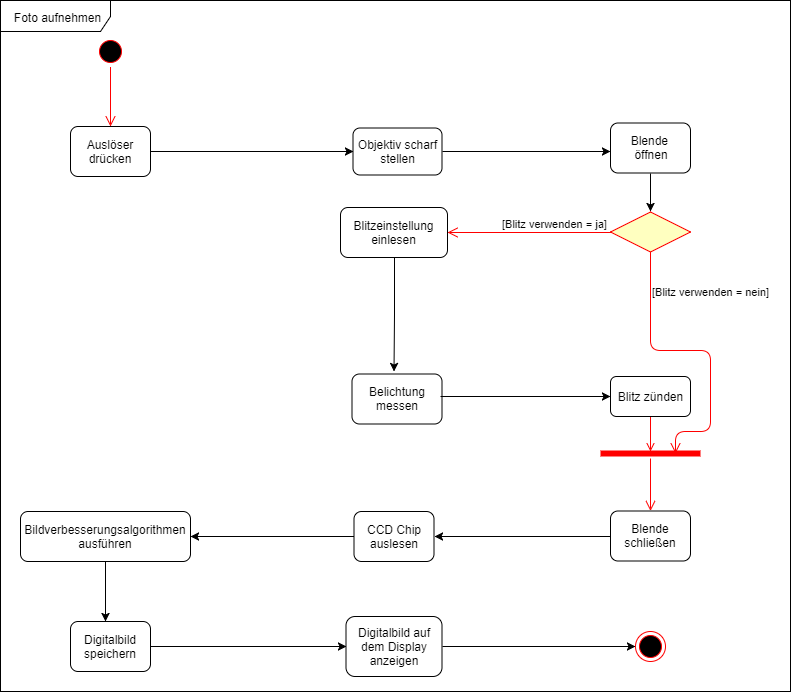
This is UML/2_Übungsblatt_4_Aufgabe.png from sweIhm-ws2018-19/skillproject-fr_13, a draw.io export, as it was before one commit. Source tidied: cells renumbered, new cells last; positions are measured from the earlier drawing's top-left corner, leaving out a move shared by most shapes. Source of this version:
```xml
<mxGraphModel background="#ffffff">
  <root>
    <mxCell id="0" />
    <mxCell id="1" parent="0" />
    <mxCell id="2" value="&lt;div&gt;Auslöser drücken&lt;/div&gt;" style="shape=ext;rounded=1;html=1;whiteSpace=wrap;" parent="1" vertex="1">
      <mxGeometry x="70" y="126" width="80" height="50" as="geometry" />
    </mxCell>
    <mxCell id="3" style="edgeStyle=orthogonalEdgeStyle;rounded=0;html=1;exitX=1;exitY=0.5;jettySize=auto;" parent="1" edge="1" source="4">
      <mxGeometry relative="1" as="geometry">
        <mxPoint x="610" y="151" as="targetPoint" />
      </mxGeometry>
    </mxCell>
    <mxCell id="4" value="Objektiv scharf stellen" style="shape=ext;rounded=1;html=1;whiteSpace=wrap;" parent="1" vertex="1">
      <mxGeometry x="352.5" y="127.5" width="89" height="47" as="geometry" />
    </mxCell>
    <mxCell id="5" style="ellipse;html=1;shape=endState;fillColor=#000000;strokeColor=#ff0000;" parent="1" vertex="1">
      <mxGeometry x="635" y="630.5" width="30" height="30" as="geometry" />
    </mxCell>
    <mxCell id="6" style="endArrow=classic;html=1;entryX=0;entryY=0.5;exitX=1;exitY=0.5;" parent="1" edge="1" source="2" target="4">
      <mxGeometry relative="1" as="geometry" />
    </mxCell>
    <mxCell id="7" style="edgeStyle=orthogonalEdgeStyle;rounded=0;html=1;exitX=0.5;exitY=1;jettySize=auto;" parent="1" edge="1" source="8">
      <mxGeometry relative="1" as="geometry">
        <mxPoint x="650" y="210.5" as="targetPoint" />
      </mxGeometry>
    </mxCell>
    <mxCell id="8" value="&lt;div&gt;Blende &lt;br&gt;&lt;/div&gt;&lt;div&gt;öffnen&lt;/div&gt;" style="shape=ext;rounded=1;html=1;whiteSpace=wrap;" parent="1" vertex="1">
      <mxGeometry x="610" y="122.5" width="80" height="50" as="geometry" />
    </mxCell>
    <mxCell id="9" style="edgeStyle=orthogonalEdgeStyle;rounded=0;html=1;exitX=0;exitY=0.5;entryX=1;entryY=0.5;jettySize=auto;" parent="1" edge="1" source="10" target="12">
      <mxGeometry relative="1" as="geometry" />
    </mxCell>
    <mxCell id="10" value="&lt;div&gt;Blende schließen&lt;br&gt;&lt;/div&gt;" style="shape=ext;rounded=1;html=1;whiteSpace=wrap;" parent="1" vertex="1">
      <mxGeometry x="610" y="510.5" width="80" height="50" as="geometry" />
    </mxCell>
    <mxCell id="11" style="edgeStyle=orthogonalEdgeStyle;rounded=0;html=1;exitX=0;exitY=0.5;entryX=1;entryY=0.5;jettySize=auto;" parent="1" edge="1" source="12" target="14">
      <mxGeometry relative="1" as="geometry" />
    </mxCell>
    <mxCell id="12" value="CCD Chip auslesen" style="shape=ext;rounded=1;html=1;whiteSpace=wrap;" parent="1" vertex="1">
      <mxGeometry x="353.5" y="511" width="80" height="50" as="geometry" />
    </mxCell>
    <mxCell id="13" style="edgeStyle=orthogonalEdgeStyle;rounded=0;html=1;exitX=0.5;exitY=1;jettySize=auto;" parent="1" edge="1" source="14">
      <mxGeometry relative="1" as="geometry">
        <mxPoint x="105" y="621" as="targetPoint" />
      </mxGeometry>
    </mxCell>
    <mxCell id="14" value="&lt;div&gt;Bildverbesserungsalgorithmen ausführen&lt;/div&gt;" style="shape=ext;rounded=1;html=1;whiteSpace=wrap;" parent="1" vertex="1">
      <mxGeometry x="20" y="511" width="170" height="50" as="geometry" />
    </mxCell>
    <mxCell id="15" style="edgeStyle=orthogonalEdgeStyle;rounded=0;html=1;exitX=1;exitY=0.5;entryX=0;entryY=0.5;jettySize=auto;" parent="1" edge="1" source="16" target="17">
      <mxGeometry relative="1" as="geometry" />
    </mxCell>
    <mxCell id="16" value="&lt;div&gt;Digitalbild speichern&lt;/div&gt;" style="shape=ext;rounded=1;html=1;whiteSpace=wrap;" parent="1" vertex="1">
      <mxGeometry x="70" y="621" width="80" height="50" as="geometry" />
    </mxCell>
    <mxCell id="17" value="&lt;div&gt;Digitalbild auf dem Display anzeigen&lt;/div&gt;" style="shape=ext;rounded=1;html=1;whiteSpace=wrap;" parent="1" vertex="1">
      <mxGeometry x="345.5" y="616" width="96" height="60" as="geometry" />
    </mxCell>
    <mxCell id="18" style="rhombus;whiteSpace=wrap;html=1;fillColor=#ffffc0;strokeColor=#ff0000;" parent="1" vertex="1">
      <mxGeometry x="610" y="211.5" width="80" height="40" as="geometry" />
    </mxCell>
    <mxCell id="19" value="[Blitz verwenden = nein]&lt;br&gt;" style="edgeStyle=orthogonalEdgeStyle;html=1;align=left;verticalAlign=bottom;endArrow=open;endSize=8;strokeColor=#ff0000;" parent="1" edge="1" source="18">
      <mxGeometry x="-0.69" relative="1" as="geometry">
        <mxPoint x="675" y="453" as="targetPoint" />
        <Array as="points">
          <mxPoint x="650" y="350" />
          <mxPoint x="710" y="350" />
          <mxPoint x="710" y="431" />
          <mxPoint x="675" y="431" />
        </Array>
        <mxPoint y="1" as="offset" />
      </mxGeometry>
    </mxCell>
    <mxCell id="20" value="[Blitz verwenden = ja]" style="edgeStyle=orthogonalEdgeStyle;html=1;align=left;verticalAlign=top;endArrow=open;endSize=8;strokeColor=#ff0000;entryX=1;entryY=0.5;" parent="1" edge="1" source="18" target="25">
      <mxGeometry x="0.35" y="-21" relative="1" as="geometry" />
    </mxCell>
    <mxCell id="21" style="ellipse;html=1;shape=startState;fillColor=#000000;strokeColor=#ff0000;" parent="1" vertex="1">
      <mxGeometry x="95" y="36" width="30" height="30" as="geometry" />
    </mxCell>
    <mxCell id="22" style="edgeStyle=orthogonalEdgeStyle;html=1;verticalAlign=bottom;endArrow=open;endSize=8;strokeColor=#ff0000;" parent="1" edge="1">
      <mxGeometry relative="1" as="geometry">
        <mxPoint x="110" y="66.5" as="sourcePoint" />
        <mxPoint x="110" y="126" as="targetPoint" />
      </mxGeometry>
    </mxCell>
    <mxCell id="23" value="Foto aufnehmen" style="shape=umlFrame;whiteSpace=wrap;html=1;width=110;height=31;" parent="1" vertex="1">
      <mxGeometry width="790" height="691" as="geometry" />
    </mxCell>
    <mxCell id="24" style="edgeStyle=orthogonalEdgeStyle;rounded=0;html=1;exitX=0.5;exitY=1;jettySize=auto;" parent="1" edge="1" source="25">
      <mxGeometry relative="1" as="geometry">
        <mxPoint x="393.5" y="371" as="targetPoint" />
      </mxGeometry>
    </mxCell>
    <mxCell id="25" value="Blitzeinstellung einlesen" style="rounded=1;whiteSpace=wrap;html=1;" parent="1" vertex="1">
      <mxGeometry x="340" y="207" width="107" height="50" as="geometry" />
    </mxCell>
    <mxCell id="26" value="Belichtung messen" style="rounded=1;whiteSpace=wrap;html=1;" parent="1" vertex="1">
      <mxGeometry x="351.5" y="373.5" width="90" height="50" as="geometry" />
    </mxCell>
    <mxCell id="27" style="edgeStyle=orthogonalEdgeStyle;rounded=1;html=1;exitX=0.5;exitY=1;jettySize=auto;strokeColor=#FF0000;strokeWidth=1;endArrow=open;endFill=0;" parent="1" edge="1" source="28">
      <mxGeometry relative="1" as="geometry">
        <mxPoint x="650" y="451" as="targetPoint" />
      </mxGeometry>
    </mxCell>
    <mxCell id="28" value="&lt;div&gt;Blitz zünden&lt;/div&gt;" style="rounded=1;whiteSpace=wrap;html=1;" parent="1" vertex="1">
      <mxGeometry x="610" y="376" width="80" height="40" as="geometry" />
    </mxCell>
    <mxCell id="29" style="shape=line;html=1;strokeWidth=6;strokeColor=#ff0000;" parent="1" vertex="1">
      <mxGeometry x="600" y="448" width="100" height="10" as="geometry" />
    </mxCell>
    <mxCell id="30" style="edgeStyle=orthogonalEdgeStyle;html=1;verticalAlign=bottom;endArrow=open;endSize=8;strokeColor=#ff0000;" parent="1" edge="1" source="29">
      <mxGeometry relative="1" as="geometry">
        <mxPoint x="650" y="510.5" as="targetPoint" />
      </mxGeometry>
    </mxCell>
    <mxCell id="31" style="endArrow=classic;html=1;entryX=0;entryY=0.5;exitX=1;exitY=0.5;" parent="1" edge="1" source="17" target="5">
      <mxGeometry relative="1" as="geometry" />
    </mxCell>
    <mxCell id="32" style="endArrow=classic;html=1;entryX=0;entryY=0.5;" parent="1" edge="1" target="28">
      <mxGeometry relative="1" as="geometry">
        <mxPoint x="440" y="396" as="sourcePoint" />
      </mxGeometry>
    </mxCell>
  </root>
</mxGraphModel>
```
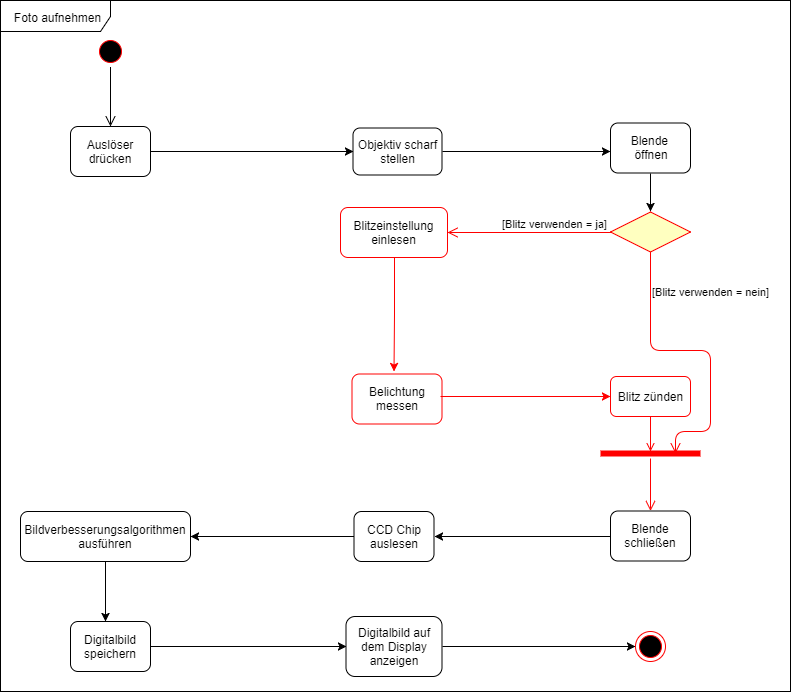
After the commit.

Commit message:
Änderungen farblich angepasst

The edit, as a diff of the source:
```diff
@@ -56,7 +56,7 @@
     <mxCell id="17" value="&lt;div&gt;Digitalbild auf dem Display anzeigen&lt;/div&gt;" style="shape=ext;rounded=1;html=1;whiteSpace=wrap;" parent="1" vertex="1">
       <mxGeometry x="345.5" y="616" width="96" height="60" as="geometry" />
     </mxCell>
-    <mxCell id="18" style="rhombus;whiteSpace=wrap;html=1;fillColor=#ffffc0;strokeColor=#ff0000;" parent="1" vertex="1">
+    <mxCell id="18" style="rhombus;whiteSpace=wrap;html=1;fillColor=#ffffc0;strokeColor=#FF0000;" parent="1" vertex="1">
       <mxGeometry x="610" y="211.5" width="80" height="40" as="geometry" />
     </mxCell>
     <mxCell id="19" value="[Blitz verwenden = nein]&lt;br&gt;" style="edgeStyle=orthogonalEdgeStyle;html=1;align=left;verticalAlign=bottom;endArrow=open;endSize=8;strokeColor=#ff0000;" parent="1" edge="1" source="18">
@@ -71,13 +71,13 @@
         <mxPoint y="1" as="offset" />
       </mxGeometry>
     </mxCell>
-    <mxCell id="20" value="[Blitz verwenden = ja]" style="edgeStyle=orthogonalEdgeStyle;html=1;align=left;verticalAlign=top;endArrow=open;endSize=8;strokeColor=#ff0000;entryX=1;entryY=0.5;" parent="1" edge="1" source="18" target="25">
+    <mxCell id="20" value="[Blitz verwenden = ja]" style="edgeStyle=orthogonalEdgeStyle;html=1;align=left;verticalAlign=top;endArrow=open;endSize=8;strokeColor=#FF0000;entryX=1;entryY=0.5;" parent="1" edge="1" source="18" target="25">
       <mxGeometry x="0.35" y="-21" relative="1" as="geometry" />
     </mxCell>
     <mxCell id="21" style="ellipse;html=1;shape=startState;fillColor=#000000;strokeColor=#ff0000;" parent="1" vertex="1">
       <mxGeometry x="95" y="36" width="30" height="30" as="geometry" />
     </mxCell>
-    <mxCell id="22" style="edgeStyle=orthogonalEdgeStyle;html=1;verticalAlign=bottom;endArrow=open;endSize=8;strokeColor=#ff0000;" parent="1" edge="1">
+    <mxCell id="22" style="edgeStyle=orthogonalEdgeStyle;html=1;verticalAlign=bottom;endArrow=open;endSize=8;strokeColor=#000000;" parent="1" edge="1">
       <mxGeometry relative="1" as="geometry">
         <mxPoint x="110" y="66.5" as="sourcePoint" />
         <mxPoint x="110" y="126" as="targetPoint" />
@@ -86,15 +86,15 @@
     <mxCell id="23" value="Foto aufnehmen" style="shape=umlFrame;whiteSpace=wrap;html=1;width=110;height=31;" parent="1" vertex="1">
       <mxGeometry width="790" height="691" as="geometry" />
     </mxCell>
-    <mxCell id="24" style="edgeStyle=orthogonalEdgeStyle;rounded=0;html=1;exitX=0.5;exitY=1;jettySize=auto;" parent="1" edge="1" source="25">
+    <mxCell id="24" style="edgeStyle=orthogonalEdgeStyle;rounded=0;html=1;exitX=0.5;exitY=1;jettySize=auto;strokeColor=#FF0000;" parent="1" edge="1" source="25">
       <mxGeometry relative="1" as="geometry">
         <mxPoint x="393.5" y="371" as="targetPoint" />
       </mxGeometry>
     </mxCell>
-    <mxCell id="25" value="Blitzeinstellung einlesen" style="rounded=1;whiteSpace=wrap;html=1;" parent="1" vertex="1">
+    <mxCell id="25" value="Blitzeinstellung einlesen" style="rounded=1;whiteSpace=wrap;html=1;strokeColor=#FF0000;" parent="1" vertex="1">
       <mxGeometry x="340" y="207" width="107" height="50" as="geometry" />
     </mxCell>
-    <mxCell id="26" value="Belichtung messen" style="rounded=1;whiteSpace=wrap;html=1;" parent="1" vertex="1">
+    <mxCell id="26" value="Belichtung messen" style="rounded=1;whiteSpace=wrap;html=1;strokeColor=#FF0000;" parent="1" vertex="1">
       <mxGeometry x="351.5" y="373.5" width="90" height="50" as="geometry" />
     </mxCell>
     <mxCell id="27" style="edgeStyle=orthogonalEdgeStyle;rounded=1;html=1;exitX=0.5;exitY=1;jettySize=auto;strokeColor=#FF0000;strokeWidth=1;endArrow=open;endFill=0;" parent="1" edge="1" source="28">
@@ -102,7 +102,7 @@
         <mxPoint x="650" y="451" as="targetPoint" />
       </mxGeometry>
     </mxCell>
-    <mxCell id="28" value="&lt;div&gt;Blitz zünden&lt;/div&gt;" style="rounded=1;whiteSpace=wrap;html=1;" parent="1" vertex="1">
+    <mxCell id="28" value="&lt;div&gt;Blitz zünden&lt;/div&gt;" style="rounded=1;whiteSpace=wrap;html=1;strokeColor=#FF0000;" parent="1" vertex="1">
       <mxGeometry x="610" y="376" width="80" height="40" as="geometry" />
     </mxCell>
     <mxCell id="29" style="shape=line;html=1;strokeWidth=6;strokeColor=#ff0000;" parent="1" vertex="1">
@@ -116,7 +116,7 @@
     <mxCell id="31" style="endArrow=classic;html=1;entryX=0;entryY=0.5;exitX=1;exitY=0.5;" parent="1" edge="1" source="17" target="5">
       <mxGeometry relative="1" as="geometry" />
     </mxCell>
-    <mxCell id="32" style="endArrow=classic;html=1;entryX=0;entryY=0.5;" parent="1" edge="1" target="28">
+    <mxCell id="32" style="endArrow=classic;html=1;entryX=0;entryY=0.5;strokeColor=#FF0000;" parent="1" edge="1" target="28">
       <mxGeometry relative="1" as="geometry">
         <mxPoint x="440" y="396" as="sourcePoint" />
       </mxGeometry>
```
